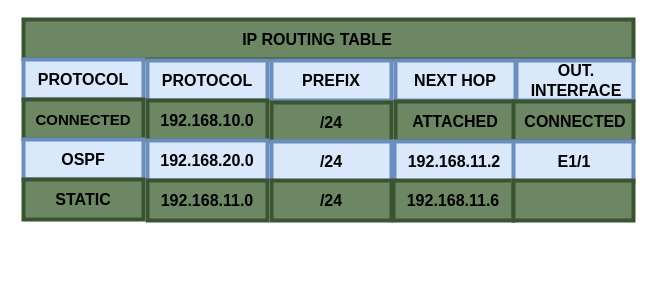
alcancil/Cisco keeps this draw.io diagram as CCNP 350-401 ENCOR/01 - Architecture/02 - Processo de Encaminhamento/05 - Software CEF/Imagens/routing_table.drawio. Above is the earlier version. Source tidied: cells renumbered, new cells numbered last; positions are measured from the earlier drawing's top-left corner, leaving out a move shared by most shapes. Both pictures are drawn from the tidied source at 100%, with x=0, y=0 at pixel (23, 19).
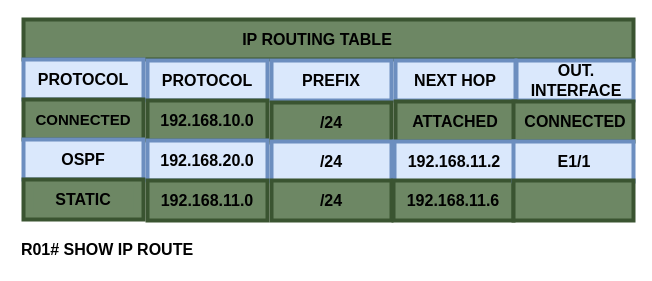
The same page after the edit.

Commit message (it also covers changes not shown here):
Aletardo o arquivo readme.md

Change to the diagram source:
```diff
@@
+    <mxCell id="43" value="R01# SHOW IP ROUTE" style="text;html=1;strokeColor=none;fillColor=none;align=center;verticalAlign=middle;whiteSpace=wrap;rounded=0;fontSize=16;fontStyle=1;" parent="1" vertex="1">
+      <mxGeometry x="-6" y="215" width="180" height="30" as="geometry" />
+    </mxCell>
```
